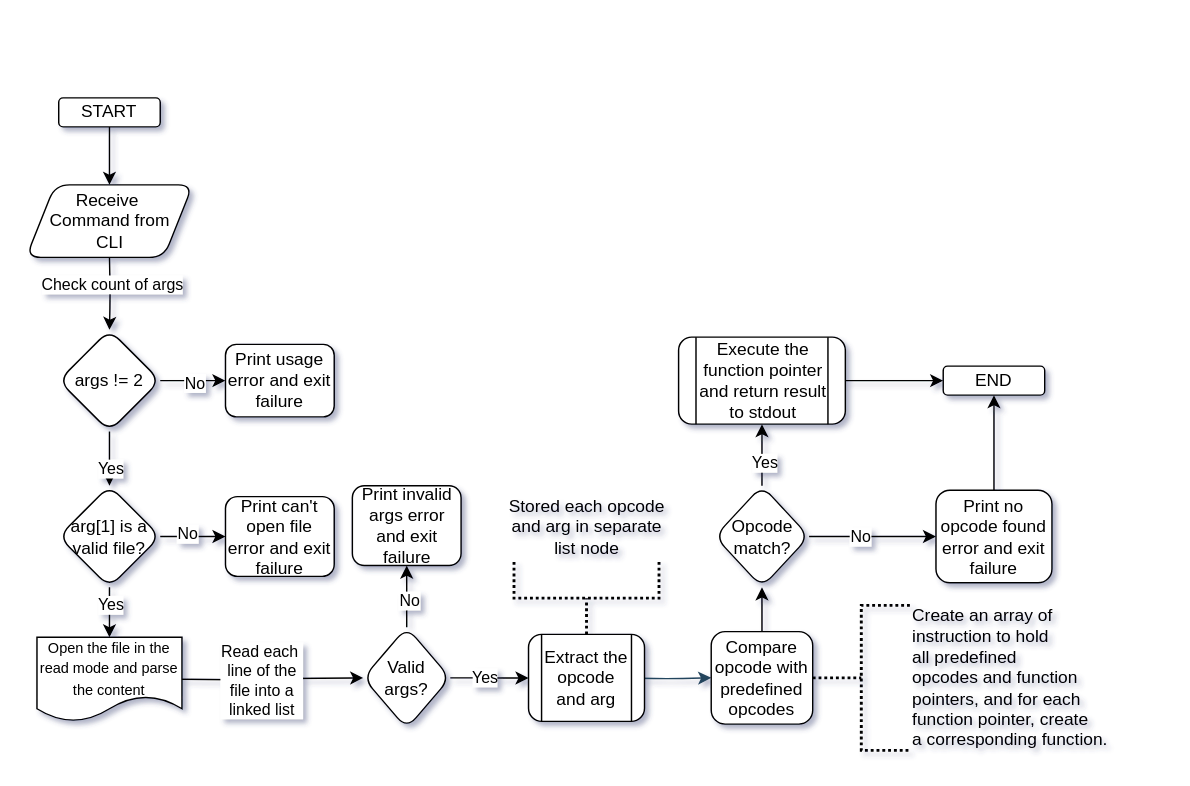
Usool-Data-Science/monty keeps this draw.io diagram as Monty Project.drawio. Above is the earlier version. Source tidied: cells renumbered, new cells numbered last; positions are measured from the earlier drawing's top-left corner, leaving out a move shared by most shapes. Both pictures are drawn from the tidied source at 145%, with x=0, y=0 at pixel (26, 97).
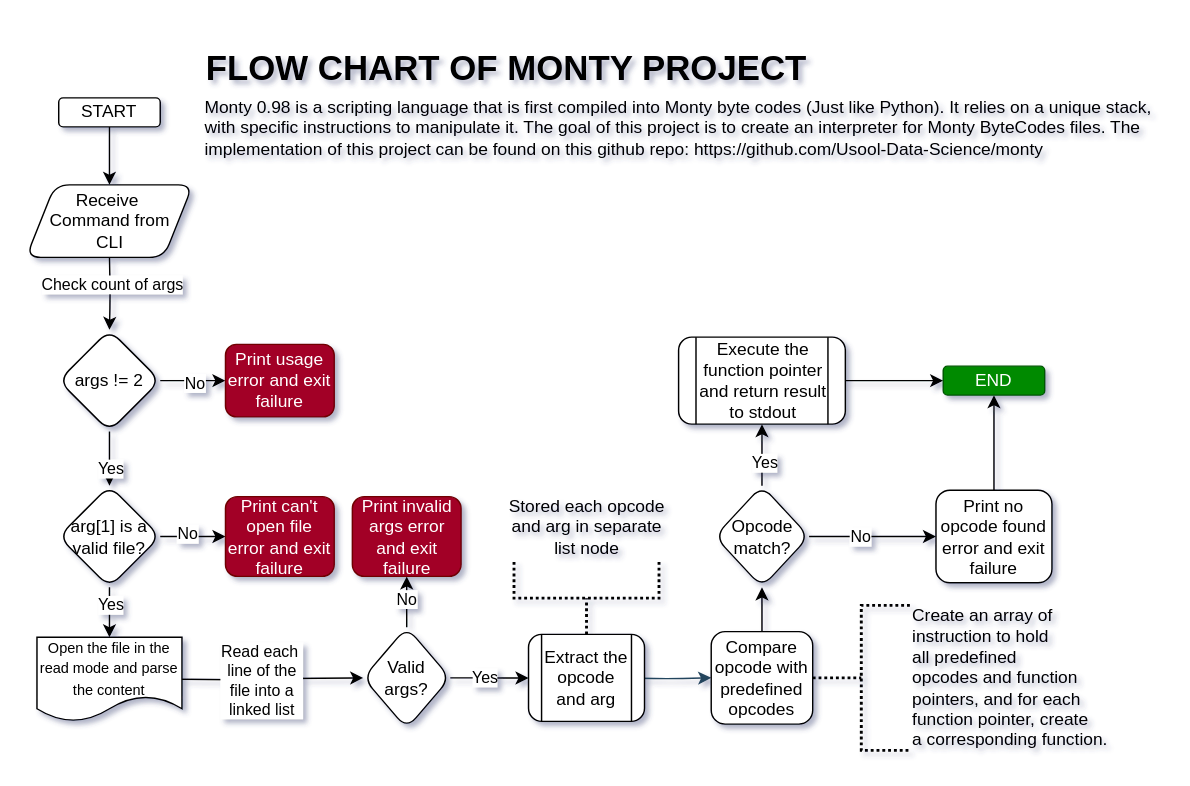
Above is the later version.

Diff of the diagram source:
```diff
@@
-    <mxCell id="11" value="Print usage error and exit failure" style="rounded=1;whiteSpace=wrap;html=1;" parent="1" vertex="1">
+    <mxCell id="11" value="Print usage error and exit failure" style="rounded=1;whiteSpace=wrap;html=1;fillColor=#a20025;fontColor=#ffffff;strokeColor=#6F0000;" parent="1" vertex="1">
       <mxGeometry x="137" y="170" width="75" height="50" as="geometry" />
     </mxCell>
@@
-    <mxCell id="17" value="Print can't open file error and exit failure" style="rounded=1;whiteSpace=wrap;html=1;" parent="1" vertex="1">
+    <mxCell id="17" value="Print can't open file error and exit failure" style="rounded=1;whiteSpace=wrap;html=1;fillColor=#a20025;fontColor=#ffffff;strokeColor=#6F0000;" parent="1" vertex="1">
       <mxGeometry x="137" y="275" width="75" height="55" as="geometry" />
     </mxCell>
@@
-    <mxCell id="25" value="Print invalid&lt;br&gt;args error and exit failure" style="rounded=1;whiteSpace=wrap;html=1;" parent="1" vertex="1">
-      <mxGeometry x="224.5" y="267.5" width="75" height="55" as="geometry" />
+    <mxCell id="25" value="Print invalid&lt;br&gt;args error and exit failure" style="rounded=1;whiteSpace=wrap;html=1;fillColor=#a20025;fontColor=#ffffff;strokeColor=#6F0000;" parent="1" vertex="1">
+      <mxGeometry x="224.5" y="275" width="75" height="55" as="geometry" />
     </mxCell>
@@
-    <mxCell id="43" value="END" style="rounded=1;whiteSpace=wrap;html=1;" parent="1" vertex="1">
+    <mxCell id="43" value="END" style="rounded=1;whiteSpace=wrap;html=1;fillColor=#008a00;fontColor=#ffffff;strokeColor=#005700;" parent="1" vertex="1">
       <mxGeometry x="632" y="185" width="70" height="20" as="geometry" />
     </mxCell>
+    <mxCell id="44" value="&lt;h1&gt;&lt;font face=&quot;Helvetica&quot;&gt;FLOW CHART OF MONTY PROJECT&lt;/font&gt;&lt;/h1&gt;" style="text;strokeColor=none;align=center;fillColor=none;html=1;verticalAlign=middle;whiteSpace=wrap;rounded=0;" parent="1" vertex="1">
+      <mxGeometry x="114.5" y="-35" width="432" height="30" as="geometry" />
+    </mxCell>
+    <mxCell id="45" value="Monty 0.98 is a scripting language that is first compiled into Monty byte codes (Just like Python). It relies on a unique stack, with specific instructions to manipulate it. The goal of this project is to create an interpreter for Monty ByteCodes files. The implementation of this project can be found on this github repo:&amp;nbsp;https://github.com/Usool-Data-Science/monty" style="text;strokeColor=none;align=left;fillColor=none;html=1;verticalAlign=middle;whiteSpace=wrap;rounded=0;" parent="1" vertex="1">
+      <mxGeometry x="121" width="659" height="42" as="geometry" />
+    </mxCell>
```
